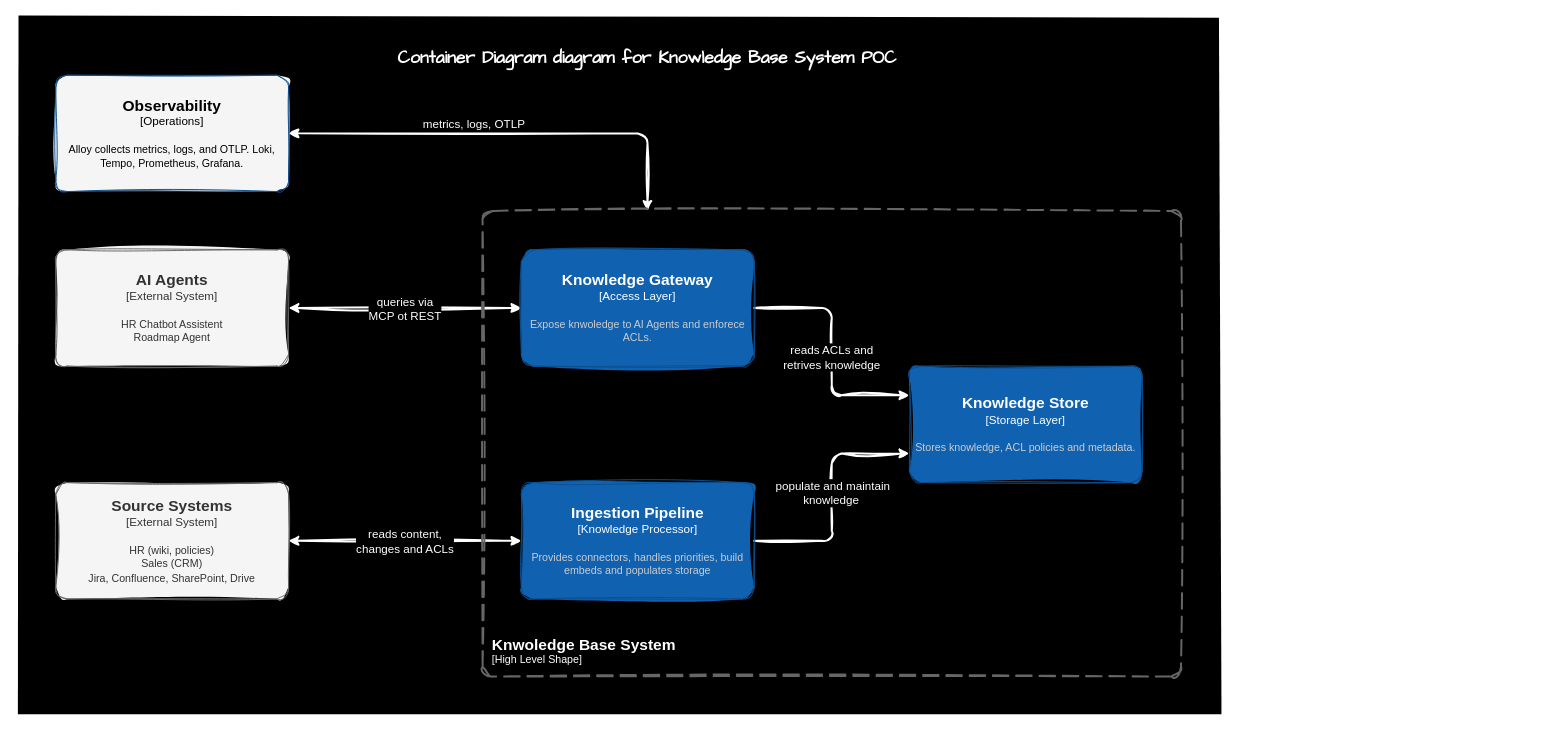
Above: _docs/99--dagrams/00-c4-l2--container-diagram--knowledge-base-system.drawio in paulAlexSerban/prj--knowledge-base-system (draw.io), before the change. Source tidied: cells renumbered, new cells numbered last; positions are measured from the earlier drawing's top-left corner, leaving out a move shared by most shapes. Both pictures are drawn from the tidied source at 97%, with x=0, y=0 at pixel (16, 16).
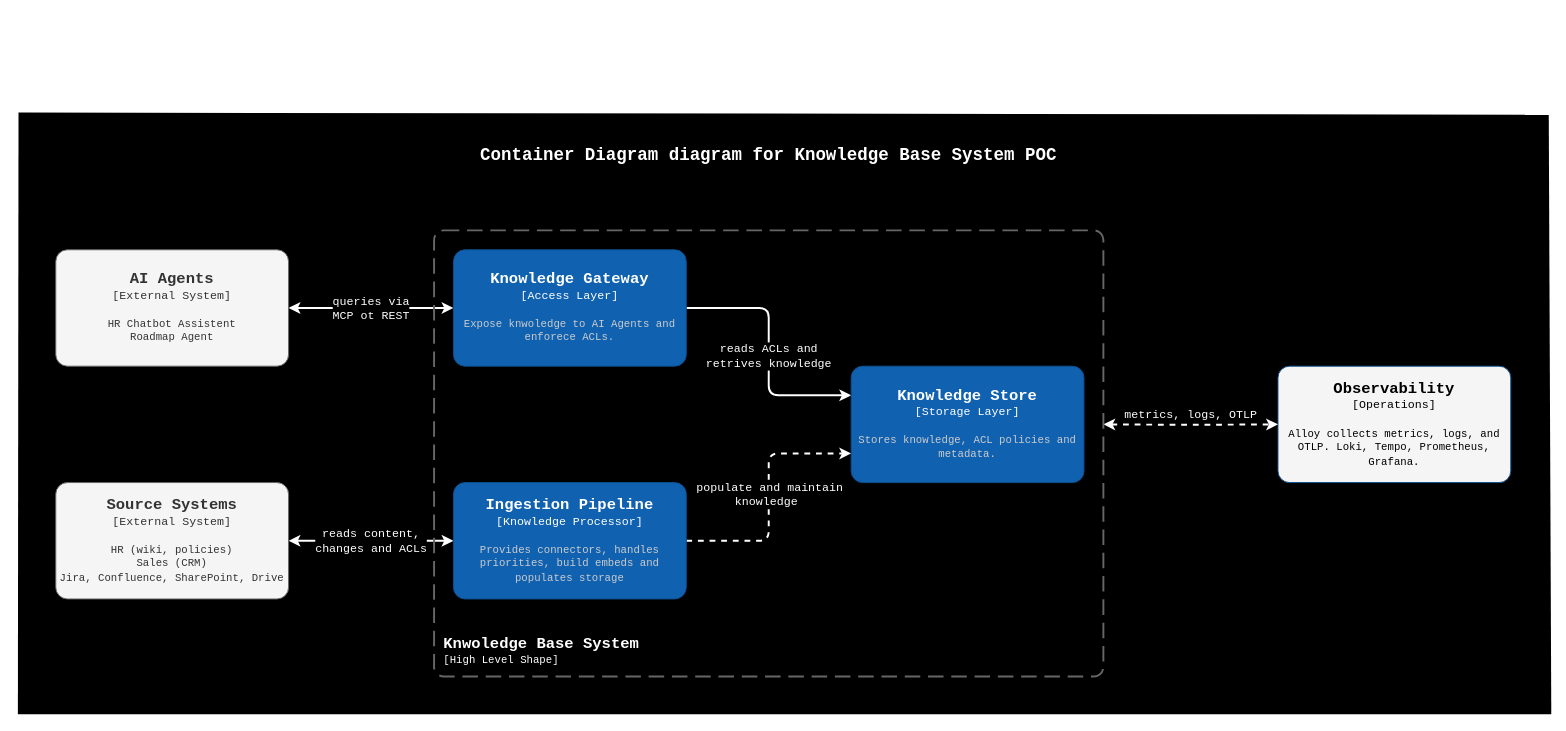
The same page after the edit.

The edit, as a diff of the source:
```diff
@@
-    <mxCell id="2" style="rounded=0;whiteSpace=wrap;html=1;labelBackgroundColor=#000000;sketch=1;fillStyle=solid;strokeWidth=2;fontFamily=Helvetica;fontSize=12;fontColor=#FFFFFF;fillColor=#000000;strokeColor=none;" parent="1" vertex="1">
-      <mxGeometry width="1240" height="720" as="geometry" />
+    <mxCell id="2" style="rounded=0;whiteSpace=wrap;html=1;labelBackgroundColor=#000000;sketch=1;fillStyle=solid;strokeWidth=2;fontFamily=Courier New;fontSize=12;fontColor=#FFFFFF;fillColor=#000000;strokeColor=none;" parent="1" vertex="1">
+      <mxGeometry y="100" width="1580" height="620" as="geometry" />
     </mxCell>
-    <mxCell id="3" style="edgeStyle=none;html=1;startArrow=classic;startFill=1;strokeWidth=2;strokeColor=#FFFFFF;sketch=1;curveFitting=1;jiggle=2;entryX=0;entryY=0.5;entryDx=0;entryDy=0;entryPerimeter=0;fontFamily=Helvetica;" parent="1" edge="1" source="5" target="14">
+    <mxCell id="3" style="edgeStyle=none;html=1;startArrow=classic;startFill=1;strokeWidth=2;strokeColor=#FFFFFF;entryX=0;entryY=0.5;entryDx=0;entryDy=0;entryPerimeter=0;fontFamily=Courier New;" parent="1" edge="1" source="5" target="14">
       <mxGeometry relative="1" as="geometry" />
     </mxCell>
-    <mxCell id="4" value="queries via&lt;br style=&quot;font-size: 12px;&quot;&gt;MCP ot REST" style="edgeLabel;html=1;align=center;verticalAlign=middle;labelBackgroundColor=#000000;fontColor=#FFFFFF;fontFamily=Helvetica;fontSize=12;" parent="3" vertex="1">
+    <mxCell id="4" value="queries via&lt;br style=&quot;font-size: 12px;&quot;&gt;MCP ot REST" style="edgeLabel;html=1;align=center;verticalAlign=middle;labelBackgroundColor=#000000;fontColor=#FFFFFF;fontFamily=Courier New;fontSize=12;" parent="3" vertex="1">
       <mxGeometry x="-0.01" relative="1" as="geometry" />
     </mxCell>
     <object id="5" label="&lt;font style=&quot;font-size: 16px&quot;&gt;&lt;b&gt;%c4Name%&lt;/b&gt;&lt;/font&gt;&lt;div&gt;[%c4Type%]&lt;/div&gt;&lt;br&gt;&lt;div&gt;&lt;font style=&quot;font-size: 11px&quot;&gt;&lt;font&gt;%c4Description%&lt;/font&gt;&lt;/font&gt;&lt;/div&gt;" c4Description="HR Chatbot Assistent&#10;Roadmap Agent" c4Name="AI Agents" c4Type="External System" placeholders="1">
-      <mxCell style="rounded=1;whiteSpace=wrap;html=1;labelBackgroundColor=none;fillColor=#f5f5f5;align=center;arcSize=10;strokeColor=#666666;points=[[0.25,0,0],[0.5,0,0],[0.75,0,0],[1,0.25,0],[1,0.5,0],[1,0.75,0],[0.75,1,0],[0.5,1,0],[0.25,1,0],[0,0.75,0],[0,0.5,0],[0,0.25,0]];sketch=1;curveFitting=1;jiggle=2;strokeWidth=1;fillStyle=solid;fontColor=#333333;fontFamily=Helvetica;" parent="1" vertex="1">
+      <mxCell style="rounded=1;whiteSpace=wrap;html=1;labelBackgroundColor=none;fillColor=#f5f5f5;align=center;arcSize=10;strokeColor=#666666;points=[[0.25,0,0],[0.5,0,0],[0.75,0,0],[1,0.25,0],[1,0.5,0],[1,0.75,0],[0.75,1,0],[0.5,1,0],[0.25,1,0],[0,0.75,0],[0,0.5,0],[0,0.25,0]];strokeWidth=1;fillStyle=solid;fontColor=#333333;fontFamily=Courier New;" parent="1" vertex="1">
         <mxGeometry x="40" y="240" width="240" height="120" as="geometry" />
       </mxCell>
     </object>
-    <mxCell id="6" style="edgeStyle=none;html=1;startArrow=classic;startFill=1;strokeWidth=2;strokeColor=#FFFFFF;sketch=1;curveFitting=1;jiggle=2;entryX=1;entryY=0.5;entryDx=0;entryDy=0;entryPerimeter=0;exitX=0;exitY=0.5;exitDx=0;exitDy=0;exitPerimeter=0;fontFamily=Helvetica;" parent="1" edge="1" source="15" target="8">
+    <mxCell id="6" style="edgeStyle=none;html=1;startArrow=classic;startFill=1;strokeWidth=2;strokeColor=#FFFFFF;entryX=1;entryY=0.5;entryDx=0;entryDy=0;entryPerimeter=0;exitX=0;exitY=0.5;exitDx=0;exitDy=0;exitPerimeter=0;fontFamily=Courier New;" parent="1" edge="1" source="15" target="8">
       <mxGeometry relative="1" as="geometry" />
     </mxCell>
-    <mxCell id="7" value="reads content, &lt;br style=&quot;font-size: 12px;&quot;&gt;changes and ACLs" style="edgeLabel;html=1;align=center;verticalAlign=middle;labelBackgroundColor=#000000;fontColor=#FFFFFF;fontFamily=Helvetica;fontSize=12;" parent="6" vertex="1">
+    <mxCell id="7" value="reads content, &lt;br style=&quot;font-size: 12px;&quot;&gt;changes and ACLs" style="edgeLabel;html=1;align=center;verticalAlign=middle;labelBackgroundColor=#000000;fontColor=#FFFFFF;fontFamily=Courier New;fontSize=12;" parent="6" vertex="1">
       <mxGeometry x="0.01" relative="1" as="geometry" />
     </mxCell>
     <object id="8" label="&lt;font style=&quot;font-size: 16px&quot;&gt;&lt;b&gt;%c4Name%&lt;/b&gt;&lt;/font&gt;&lt;div&gt;[%c4Type%]&lt;/div&gt;&lt;br&gt;&lt;div&gt;&lt;font style=&quot;font-size: 11px&quot;&gt;&lt;font&gt;%c4Description%&lt;/font&gt;&lt;/font&gt;&lt;/div&gt;" c4Description="HR (wiki, policies)&#10;Sales (CRM)&#10;Jira, Confluence, SharePoint, Drive" c4Name="Source Systems" c4Type="External System" placeholders="1">
-      <mxCell style="rounded=1;whiteSpace=wrap;html=1;labelBackgroundColor=none;fillColor=#f5f5f5;align=center;arcSize=10;strokeColor=#666666;points=[[0.25,0,0],[0.5,0,0],[0.75,0,0],[1,0.25,0],[1,0.5,0],[1,0.75,0],[0.75,1,0],[0.5,1,0],[0.25,1,0],[0,0.75,0],[0,0.5,0],[0,0.25,0]];sketch=1;curveFitting=1;jiggle=2;strokeWidth=1;fillStyle=solid;fontColor=#333333;fontFamily=Helvetica;" parent="1" vertex="1">
+      <mxCell style="rounded=1;whiteSpace=wrap;html=1;labelBackgroundColor=none;fillColor=#f5f5f5;align=center;arcSize=10;strokeColor=#666666;points=[[0.25,0,0],[0.5,0,0],[0.75,0,0],[1,0.25,0],[1,0.5,0],[1,0.75,0],[0.75,1,0],[0.5,1,0],[0.25,1,0],[0,0.75,0],[0,0.5,0],[0,0.25,0]];strokeWidth=1;fillStyle=solid;fontColor=#333333;fontFamily=Courier New;" parent="1" vertex="1">
         <mxGeometry x="40" y="480" width="240" height="120" as="geometry" />
       </mxCell>
     </object>
-    <mxCell id="9" value="Container Diagram diagram for Knowledge Base System POC" style="text;align=center;verticalAlign=middle;fontStyle=1;fontSize=18;fontFamily=Comic Sans MS;fontColor=#FFFFFF;" parent="1" vertex="1">
-      <mxGeometry x="400" y="20" width="500" height="40" as="geometry" />
+    <mxCell id="9" value="Container Diagram diagram for Knowledge Base System POC" style="text;align=center;verticalAlign=middle;fontStyle=1;fontSize=18;fontFamily=Courier New;fontColor=#FFFFFF;" parent="1" vertex="1">
+      <mxGeometry x="465" y="120" width="620" height="40" as="geometry" />
     </mxCell>
-    <mxCell id="10" style="edgeStyle=orthogonalEdgeStyle;html=1;entryX=0;entryY=0.25;entryDx=0;entryDy=0;entryPerimeter=0;strokeWidth=2;sketch=1;curveFitting=1;jiggle=2;exitX=1;exitY=0.5;exitDx=0;exitDy=0;exitPerimeter=0;fontFamily=Helvetica;fontColor=#FFFFFF;strokeColor=#FFFFFF;" parent="1" edge="1" source="14" target="16">
+    <mxCell id="10" style="edgeStyle=orthogonalEdgeStyle;html=1;entryX=0;entryY=0.25;entryDx=0;entryDy=0;entryPerimeter=0;strokeWidth=2;exitX=1;exitY=0.5;exitDx=0;exitDy=0;exitPerimeter=0;fontFamily=Courier New;fontColor=#FFFFFF;strokeColor=#FFFFFF;" parent="1" edge="1" source="14" target="16">
       <mxGeometry relative="1" as="geometry" />
     </mxCell>
-    <mxCell id="11" value="reads ACLs and&lt;br style=&quot;font-size: 12px;&quot;&gt;retrives knowledge" style="edgeLabel;html=1;align=center;verticalAlign=middle;fontFamily=Helvetica;fontSize=12;labelBackgroundColor=#000000;fontColor=#FFFFFF;" parent="10" vertex="1">
+    <mxCell id="11" value="reads ACLs and&lt;br style=&quot;font-size: 12px;&quot;&gt;retrives knowledge" style="edgeLabel;html=1;align=center;verticalAlign=middle;fontFamily=Courier New;fontSize=12;labelBackgroundColor=#000000;fontColor=#FFFFFF;" parent="10" vertex="1">
       <mxGeometry x="-0.16" y="-1" relative="1" as="geometry">
         <mxPoint y="25" as="offset" />
       </mxGeometry>
     </mxCell>
-    <mxCell id="12" style="edgeStyle=orthogonalEdgeStyle;html=1;entryX=0;entryY=0.75;entryDx=0;entryDy=0;entryPerimeter=0;strokeWidth=2;sketch=1;curveFitting=1;jiggle=2;exitX=1;exitY=0.5;exitDx=0;exitDy=0;exitPerimeter=0;fontFamily=Helvetica;fontColor=#FFFFFF;strokeColor=#FFFFFF;" parent="1" edge="1" source="15" target="16">
+    <mxCell id="12" style="edgeStyle=orthogonalEdgeStyle;html=1;entryX=0;entryY=0.75;entryDx=0;entryDy=0;entryPerimeter=0;strokeWidth=2;exitX=1;exitY=0.5;exitDx=0;exitDy=0;exitPerimeter=0;fontFamily=Courier New;fontColor=#FFFFFF;strokeColor=#FFFFFF;dashed=1;" parent="1" edge="1" source="15" target="16">
       <mxGeometry relative="1" as="geometry" />
     </mxCell>
-    <mxCell id="13" value="populate and maintain&lt;br style=&quot;font-size: 12px;&quot;&gt;knowledge&amp;nbsp;" style="edgeLabel;html=1;align=center;verticalAlign=middle;fontFamily=Helvetica;fontSize=12;labelBackgroundColor=#000000;fontColor=#FFFFFF;" parent="12" vertex="1">
+    <mxCell id="13" value="populate and maintain&lt;br style=&quot;font-size: 12px;&quot;&gt;knowledge&amp;nbsp;" style="edgeLabel;html=1;align=center;verticalAlign=middle;fontFamily=Courier New;fontSize=12;labelBackgroundColor=#000000;fontColor=#FFFFFF;" parent="12" vertex="1">
       <mxGeometry x="-0.32" y="1" relative="1" as="geometry">
         <mxPoint x="1" y="-45" as="offset" />
       </mxGeometry>
     </mxCell>
     <object id="14" label="&lt;font style=&quot;font-size: 16px&quot;&gt;&lt;b&gt;%c4Name%&lt;/b&gt;&lt;/font&gt;&lt;div&gt;[%c4Type%]&lt;/div&gt;&lt;br&gt;&lt;div&gt;&lt;font style=&quot;font-size: 11px&quot;&gt;&lt;font color=&quot;#cccccc&quot;&gt;%c4Description%&lt;/font&gt;&lt;/font&gt;&lt;/div&gt;" c4Description="Expose knwoledge to AI Agents and enforece ACLs." c4Name="Knowledge Gateway" c4Type="Access Layer" placeholders="1">
-      <mxCell style="rounded=1;whiteSpace=wrap;html=1;labelBackgroundColor=none;fillColor=#1061B0;fontColor=#ffffff;align=center;arcSize=10;strokeColor=#0D5091;points=[[0.25,0,0],[0.5,0,0],[0.75,0,0],[1,0.25,0],[1,0.5,0],[1,0.75,0],[0.75,1,0],[0.5,1,0],[0.25,1,0],[0,0.75,0],[0,0.5,0],[0,0.25,0]];fontFamily=Helvetica;sketch=1;curveFitting=1;jiggle=2;fillStyle=solid;" parent="1" vertex="1">
-        <mxGeometry x="520" y="240" width="240" height="120" as="geometry" />
+      <mxCell style="rounded=1;whiteSpace=wrap;html=1;labelBackgroundColor=none;fillColor=#1061B0;fontColor=#ffffff;align=center;arcSize=10;strokeColor=#0D5091;points=[[0.25,0,0],[0.5,0,0],[0.75,0,0],[1,0.25,0],[1,0.5,0],[1,0.75,0],[0.75,1,0],[0.5,1,0],[0.25,1,0],[0,0.75,0],[0,0.5,0],[0,0.25,0]];fontFamily=Courier New;fillStyle=solid;" parent="1" vertex="1">
+        <mxGeometry x="450" y="240" width="240" height="120" as="geometry" />
       </mxCell>
     </object>
     <object id="15" label="&lt;font style=&quot;font-size: 16px&quot;&gt;&lt;b&gt;%c4Name%&lt;/b&gt;&lt;/font&gt;&lt;div&gt;[%c4Type%]&lt;/div&gt;&lt;br&gt;&lt;div&gt;&lt;font style=&quot;font-size: 11px&quot;&gt;&lt;font color=&quot;#cccccc&quot;&gt;%c4Description%&lt;/font&gt;&lt;/font&gt;&lt;/div&gt;" c4Description="Provides connectors, handles priorities, build embeds and populates storage" c4Name="Ingestion Pipeline" c4Type="Knowledge Processor" placeholders="1">
-      <mxCell style="rounded=1;whiteSpace=wrap;html=1;labelBackgroundColor=none;fillColor=#1061B0;fontColor=#ffffff;align=center;arcSize=10;strokeColor=#0D5091;points=[[0.25,0,0],[0.5,0,0],[0.75,0,0],[1,0.25,0],[1,0.5,0],[1,0.75,0],[0.75,1,0],[0.5,1,0],[0.25,1,0],[0,0.75,0],[0,0.5,0],[0,0.25,0]];fontFamily=Helvetica;sketch=1;curveFitting=1;jiggle=2;fillStyle=solid;" parent="1" vertex="1">
-        <mxGeometry x="520" y="480" width="240" height="120" as="geometry" />
+      <mxCell style="rounded=1;whiteSpace=wrap;html=1;labelBackgroundColor=none;fillColor=#1061B0;fontColor=#ffffff;align=center;arcSize=10;strokeColor=#0D5091;points=[[0.25,0,0],[0.5,0,0],[0.75,0,0],[1,0.25,0],[1,0.5,0],[1,0.75,0],[0.75,1,0],[0.5,1,0],[0.25,1,0],[0,0.75,0],[0,0.5,0],[0,0.25,0]];fontFamily=Courier New;fillStyle=solid;" parent="1" vertex="1">
+        <mxGeometry x="450" y="480" width="240" height="120" as="geometry" />
       </mxCell>
     </object>
     <object id="16" label="&lt;font style=&quot;font-size: 16px&quot;&gt;&lt;b&gt;%c4Name%&lt;/b&gt;&lt;/font&gt;&lt;div&gt;[%c4Type%]&lt;/div&gt;&lt;br&gt;&lt;div&gt;&lt;font style=&quot;font-size: 11px&quot;&gt;&lt;font color=&quot;#cccccc&quot;&gt;%c4Description%&lt;/font&gt;&lt;/font&gt;&lt;/div&gt;" c4Description="Stores knowledge, ACL policies and metadata." c4Name="Knowledge Store" c4Type="Storage Layer" placeholders="1">
-      <mxCell style="rounded=1;whiteSpace=wrap;html=1;labelBackgroundColor=none;fillColor=#1061B0;fontColor=#ffffff;align=center;arcSize=10;strokeColor=#0D5091;points=[[0.25,0,0],[0.5,0,0],[0.75,0,0],[1,0.25,0],[1,0.5,0],[1,0.75,0],[0.75,1,0],[0.5,1,0],[0.25,1,0],[0,0.75,0],[0,0.5,0],[0,0.25,0]];fontFamily=Helvetica;sketch=1;curveFitting=1;jiggle=2;fillStyle=solid;" parent="1" vertex="1">
-        <mxGeometry x="920" y="360" width="240" height="120" as="geometry" />
+      <mxCell style="rounded=1;whiteSpace=wrap;html=1;labelBackgroundColor=none;fillColor=#1061B0;fontColor=#ffffff;align=center;arcSize=10;strokeColor=#0D5091;points=[[0.25,0,0],[0.5,0,0],[0.75,0,0],[1,0.25,0],[1,0.5,0],[1,0.75,0],[0.75,1,0],[0.5,1,0],[0.25,1,0],[0,0.75,0],[0,0.5,0],[0,0.25,0]];fontFamily=Courier New;fillStyle=solid;" parent="1" vertex="1">
+        <mxGeometry x="860" y="360" width="240" height="120" as="geometry" />
       </mxCell>
     </object>
     <object id="17" label="&lt;font style=&quot;font-size: 16px&quot;&gt;&lt;b&gt;%c4Name%&lt;/b&gt;&lt;/font&gt;&lt;div&gt;[%c4Type%]&lt;/div&gt;&lt;br&gt;&lt;div&gt;&lt;font style=&quot;font-size: 11px&quot;&gt;&lt;font&gt;%c4Description%&lt;/font&gt;&lt;/font&gt;&lt;/div&gt;" c4Description="Alloy collects metrics, logs, and OTLP. Loki, Tempo, Prometheus, Grafana." c4Name="Observability" c4Type="Operations" placeholders="1">
-      <mxCell style="rounded=1;whiteSpace=wrap;html=1;labelBackgroundColor=none;fillColor=#F5F5F5;fontColor=#000000;align=center;arcSize=10;strokeColor=#0D5091;points=[[0.25,0,0],[0.5,0,0],[0.75,0,0],[1,0.25,0],[1,0.5,0],[1,0.75,0],[0.75,1,0],[0.5,1,0],[0.25,1,0],[0,0.75,0],[0,0.5,0],[0,0.25,0]];fontFamily=Helvetica;sketch=1;curveFitting=1;jiggle=2;fillStyle=solid;" parent="1" vertex="1">
-        <mxGeometry x="40" y="60" width="240" height="120" as="geometry" />
+      <mxCell style="rounded=1;whiteSpace=wrap;html=1;labelBackgroundColor=none;fillColor=#F5F5F5;fontColor=#000000;align=center;arcSize=10;strokeColor=#0D5091;points=[[0.25,0,0],[0.5,0,0],[0.75,0,0],[1,0.25,0],[1,0.5,0],[1,0.75,0],[0.75,1,0],[0.5,1,0],[0.25,1,0],[0,0.75,0],[0,0.5,0],[0,0.25,0]];fontFamily=Courier New;fillStyle=solid;" parent="1" vertex="1">
+        <mxGeometry x="1300" y="360" width="240" height="120" as="geometry" />
       </mxCell>
     </object>
-    <mxCell id="18" style="edgeStyle=orthogonalEdgeStyle;html=1;strokeWidth=2;sketch=1;curveFitting=1;jiggle=2;entryX=1;entryY=0.5;entryDx=0;entryDy=0;entryPerimeter=0;fontFamily=Helvetica;fontColor=#FFFFFF;strokeColor=#FFFFFF;endArrow=classic;endFill=1;startArrow=classic;startFill=1;" parent="1" edge="1" target="17">
+    <mxCell id="18" style="edgeStyle=orthogonalEdgeStyle;html=1;strokeWidth=2;fontFamily=Courier New;fontColor=#FFFFFF;strokeColor=#FFFFFF;endArrow=classic;endFill=1;startArrow=classic;startFill=1;entryX=0;entryY=0.5;entryDx=0;entryDy=0;entryPerimeter=0;dashed=1;" parent="1" edge="1" target="17">
       <mxGeometry relative="1" as="geometry">
-        <mxPoint x="650" y="200" as="sourcePoint" />
-        <Array as="points">
-          <mxPoint x="650" y="120" />
-        </Array>
+        <mxPoint x="1120" y="420" as="sourcePoint" />
       </mxGeometry>
     </mxCell>
-    <mxCell id="19" value="metrics, logs, OTLP" style="edgeLabel;html=1;align=center;verticalAlign=middle;fontFamily=Helvetica;fontSize=12;labelBackgroundColor=#000000;fontColor=#FFFFFF;" parent="18" vertex="1">
+    <mxCell id="19" value="metrics, logs, OTLP" style="edgeLabel;html=1;align=center;verticalAlign=middle;fontFamily=Courier New;fontSize=12;labelBackgroundColor=#000000;fontColor=#FFFFFF;" parent="18" vertex="1">
       <mxGeometry x="-0.2" relative="1" as="geometry">
-        <mxPoint x="-80" y="-10" as="offset" />
+        <mxPoint x="18" y="-10" as="offset" />
       </mxGeometry>
     </mxCell>
     <object id="20" label="&lt;font style=&quot;font-size: 16px&quot;&gt;&lt;b&gt;&lt;div style=&quot;text-align: left&quot;&gt;%c4Name%&lt;/div&gt;&lt;/b&gt;&lt;/font&gt;&lt;div style=&quot;text-align: left&quot;&gt;[%c4Application%]&lt;/div&gt;" c4Application="High Level Shape" c4Name="Knwoledge Base System" placeholders="1">
-      <mxCell style="rounded=1;fontSize=11;whiteSpace=wrap;html=1;dashed=1;arcSize=20;fillColor=none;strokeColor=#666666;fontColor=#FFFFFF;labelBackgroundColor=none;align=left;verticalAlign=bottom;labelBorderColor=none;spacingTop=0;spacing=10;dashPattern=8 4;perimeter=rectanglePerimeter;labelPadding=0;absoluteArcSize=1;fontFamily=Helvetica;strokeWidth=2;sketch=1;curveFitting=1;jiggle=2;" parent="1" vertex="1">
-        <mxGeometry x="480" y="200" width="720" height="480" as="geometry" />
+      <mxCell style="rounded=1;fontSize=11;whiteSpace=wrap;html=1;dashed=1;arcSize=20;fillColor=none;strokeColor=#666666;fontColor=#FFFFFF;labelBackgroundColor=none;align=left;verticalAlign=bottom;labelBorderColor=none;spacingTop=0;spacing=10;dashPattern=8 4;perimeter=rectanglePerimeter;labelPadding=0;absoluteArcSize=1;fontFamily=Courier New;strokeWidth=2;" parent="1" vertex="1">
+        <mxGeometry x="430" y="220" width="690" height="460" as="geometry" />
       </mxCell>
     </object>
```
